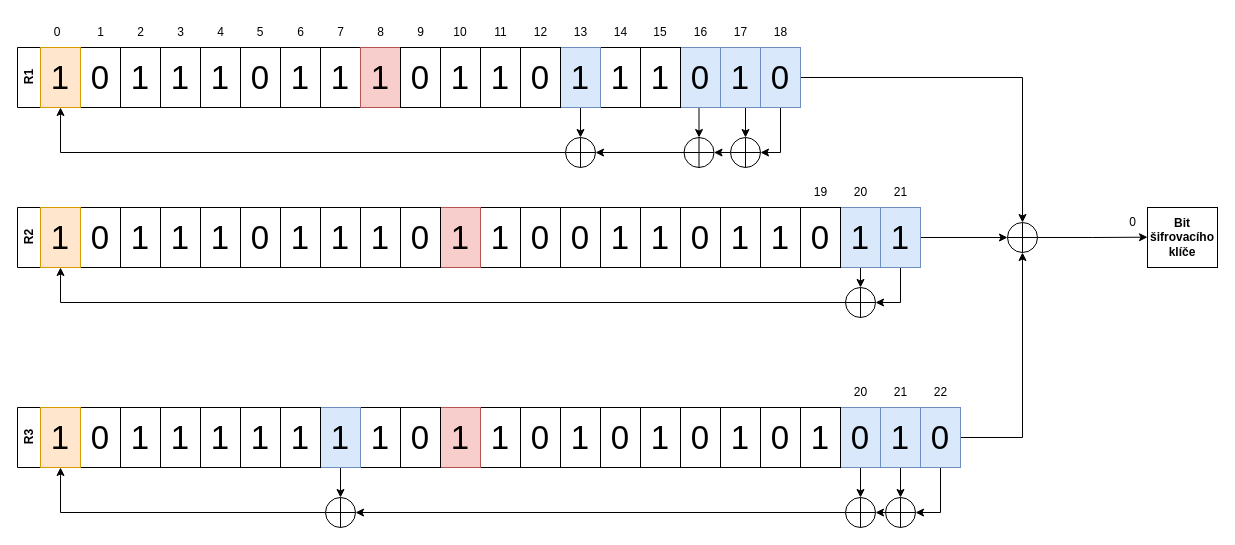
Before: public/img/a51Page/a51_cz.drawio in hejzlzd1/EducrypterUHK, a draw.io diagram. Source tidied: cells renumbered, new cells numbered last; positions are measured from the earlier drawing's top-left corner, leaving out a move shared by most shapes. Both pictures are drawn from the tidied source at 100%, with x=0, y=0 at pixel (17, 17).
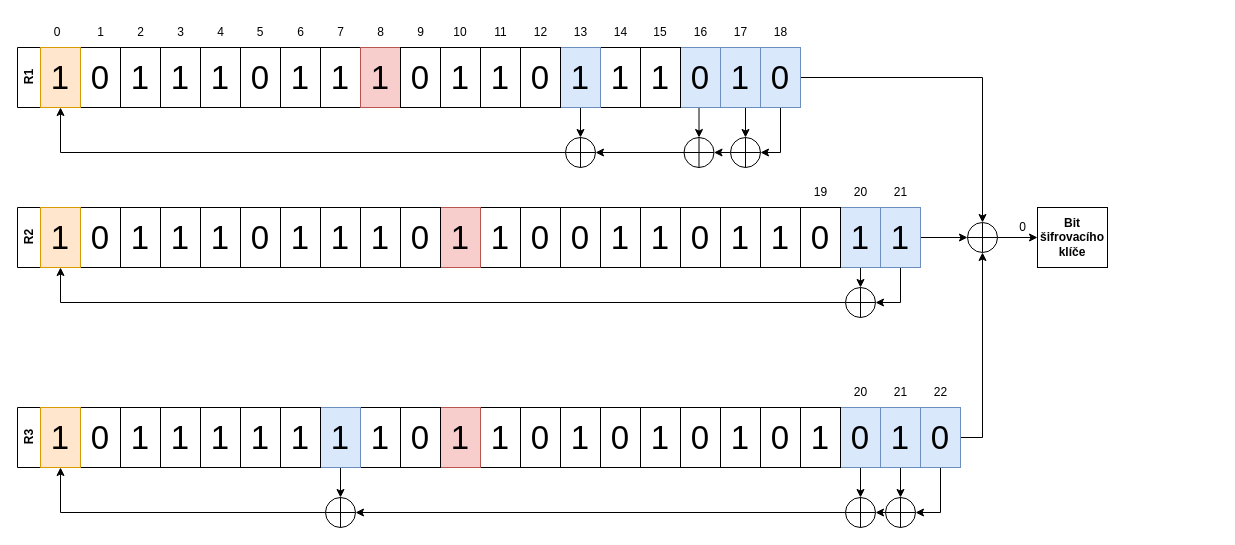
After the change.

What changed in the source:
```diff
@@
-    <mxCell id="121" style="edgeStyle=orthogonalEdgeStyle;rounded=0;jettySize=auto;html=1;exitX=1;exitY=0.5;exitDx=0;exitDy=0;" parent="1" edge="1" source="122">
-      <mxGeometry relative="1" as="geometry">
-        <mxPoint x="1130" y="219.7" as="targetPoint" />
-      </mxGeometry>
+    <mxCell id="121" style="edgeStyle=orthogonalEdgeStyle;rounded=0;jettySize=auto;html=1;exitX=1;exitY=0.5;exitDx=0;exitDy=0;entryX=0;entryY=0.5;entryDx=0;entryDy=0;" parent="1" edge="1" source="122" target="123">
+      <mxGeometry relative="1" as="geometry" />
     </mxCell>
     <mxCell id="122" style="shape=orEllipse;perimeter=ellipsePerimeter;whiteSpace=wrap;html=1;backgroundOutline=1;" parent="1" vertex="1">
-      <mxGeometry x="990" y="205" width="30" height="30" as="geometry" />
+      <mxGeometry x="950" y="205" width="30" height="30" as="geometry" />
     </mxCell>
     <mxCell id="123" value="&lt;b&gt;Bit šifrovacího klíče&lt;/b&gt;" style="whiteSpace=wrap;html=1;" parent="1" vertex="1">
-      <mxGeometry x="1130" y="190" width="70" height="60" as="geometry" />
+      <mxGeometry x="1020" y="190" width="70" height="60" as="geometry" />
     </mxCell>
     <mxCell id="124" value="0" style="text;html=1;align=center;verticalAlign=middle;strokeColor=none;fillColor=none;" parent="1" vertex="1">
-      <mxGeometry x="1100" y="190" width="30" height="30" as="geometry" />
+      <mxGeometry x="990" y="195" width="30" height="30" as="geometry" />
     </mxCell>
```
